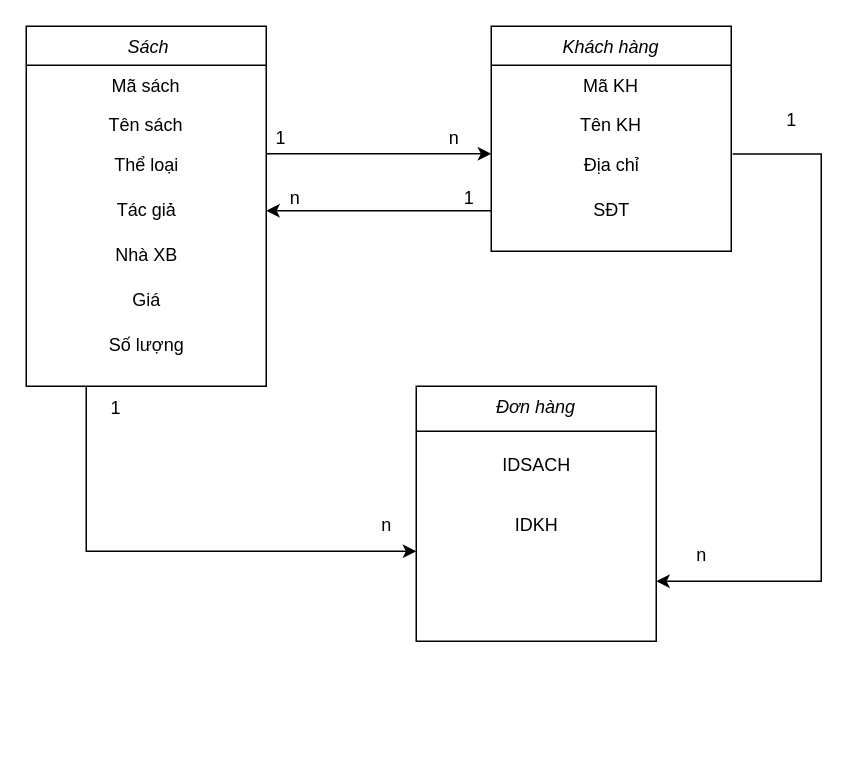
The draw.io diagram QLyNhaSach.drawio in ThanhDat2k4/Source_Code_CPlusPlus, before the edit. Source tidied: cells renumbered, new cells numbered last; positions are measured from the earlier drawing's top-left corner, leaving out a move shared by most shapes. Both pictures are drawn from the tidied source at 150%, with x=0, y=0 at pixel (26, 26).
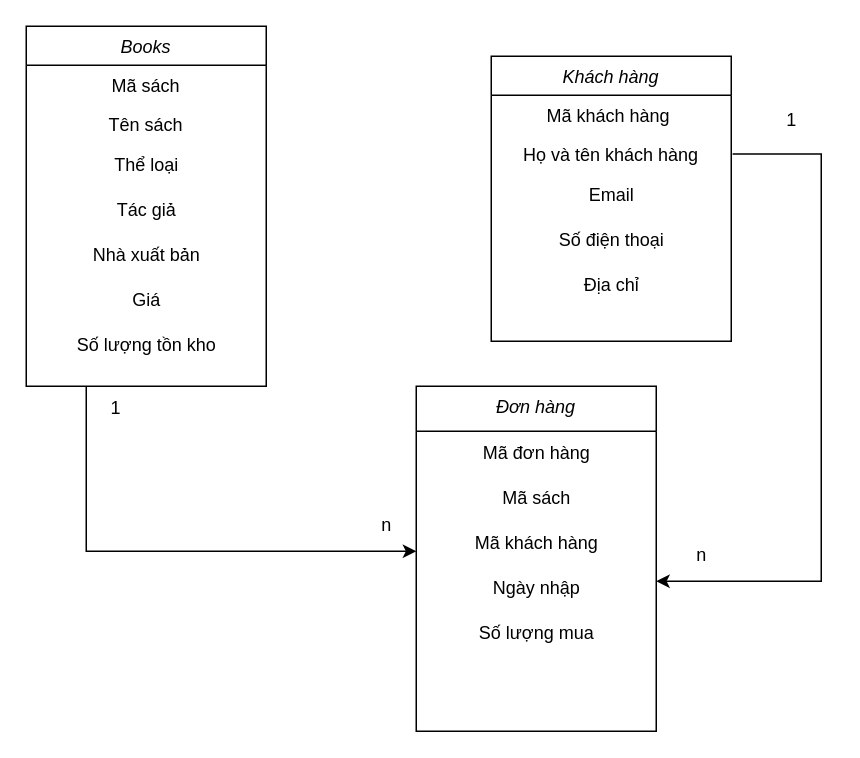
After the change.

Change to the diagram source:
```diff
@@
-    <mxCell id="2" style="edgeStyle=orthogonalEdgeStyle;rounded=0;jettySize=auto;html=1;" parent="1" edge="1" source="4" target="13">
-      <mxGeometry relative="1" as="geometry">
-        <Array as="points">
-          <mxPoint x="200" y="85" />
-          <mxPoint x="200" y="85" />
-        </Array>
-      </mxGeometry>
-    </mxCell>
@@
-    <mxCell id="4" value=" Sách" style="swimlane;fontStyle=2;align=center;verticalAlign=top;horizontal=1;startSize=26;rounded=0;shadow=0;strokeWidth=1;" parent="1" vertex="1">
+    <mxCell id="4" value="Books" style="swimlane;fontStyle=2;align=center;verticalAlign=top;horizontal=1;startSize=26;rounded=0;shadow=0;strokeWidth=1;" parent="1" vertex="1">
       <mxGeometry width="160" height="240" as="geometry" />
     </mxCell>
@@
-    <mxCell id="9" value="Nhà XB&lt;br&gt;" style="text;html=1;align=center;verticalAlign=middle;strokeColor=none;fillColor=none;" parent="4" vertex="1">
+    <mxCell id="9" value="Nhà xuất bản" style="text;html=1;align=center;verticalAlign=middle;strokeColor=none;fillColor=none;" parent="4" vertex="1">
       <mxGeometry y="138" width="160" height="30" as="geometry" />
     </mxCell>
@@
-    <mxCell id="11" value="Số lượng" style="text;html=1;align=center;verticalAlign=middle;strokeColor=none;fillColor=none;" parent="4" vertex="1">
+    <mxCell id="11" value="Số lượng tồn kho" style="text;html=1;align=center;verticalAlign=middle;strokeColor=none;fillColor=none;" parent="4" vertex="1">
       <mxGeometry y="198" width="160" height="30" as="geometry" />
     </mxCell>
@@
     <mxCell id="13" value="Khách hàng" style="swimlane;fontStyle=2;align=center;verticalAlign=top;horizontal=1;startSize=26;rounded=0;shadow=0;strokeWidth=1;" parent="1" vertex="1">
-      <mxGeometry x="310" width="160" height="150" as="geometry" />
+      <mxGeometry x="310" y="20" width="160" height="190" as="geometry" />
     </mxCell>
-    <mxCell id="14" value="Mã KH" style="text;align=center;verticalAlign=top;spacingLeft=4;spacingRight=4;overflow=hidden;" parent="13" vertex="1">
+    <mxCell id="14" value="Mã khách hàng " style="text;align=center;verticalAlign=top;spacingLeft=4;spacingRight=4;overflow=hidden;" parent="13" vertex="1">
       <mxGeometry y="26" width="160" height="26" as="geometry" />
     </mxCell>
-    <mxCell id="15" value="Tên KH" style="text;align=center;verticalAlign=top;spacingLeft=4;spacingRight=4;overflow=hidden;rounded=0;shadow=0;html=0;" parent="13" vertex="1">
+    <mxCell id="15" value="Họ và tên khách hàng" style="text;align=center;verticalAlign=top;spacingLeft=4;spacingRight=4;overflow=hidden;rounded=0;shadow=0;html=0;" parent="13" vertex="1">
       <mxGeometry y="52" width="160" height="26" as="geometry" />
     </mxCell>
+    <mxCell id="30" value="Email" style="text;html=1;align=center;verticalAlign=middle;strokeColor=none;fillColor=none;" parent="13" vertex="1">
+      <mxGeometry y="78" width="160" height="30" as="geometry" />
+    </mxCell>
+    <mxCell id="31" value="Số điện thoại" style="text;html=1;align=center;verticalAlign=middle;strokeColor=none;fillColor=none;" parent="13" vertex="1">
+      <mxGeometry y="108" width="160" height="30" as="geometry" />
+    </mxCell>
     <mxCell id="16" value="Địa chỉ" style="text;html=1;align=center;verticalAlign=middle;strokeColor=none;fillColor=none;" parent="13" vertex="1">
-      <mxGeometry y="78" width="160" height="30" as="geometry" />
+      <mxGeometry y="138" width="160" height="30" as="geometry" />
     </mxCell>
-    <mxCell id="17" value="SĐT" style="text;html=1;align=center;verticalAlign=middle;strokeColor=none;fillColor=none;" parent="13" vertex="1">
-      <mxGeometry y="108" width="160" height="30" as="geometry" />
-    </mxCell>
     <mxCell id="18" value="Đơn hàng" style="swimlane;fontStyle=2;align=center;verticalAlign=top;horizontal=1;startSize=30;rounded=0;shadow=0;strokeWidth=1;" parent="1" vertex="1">
-      <mxGeometry x="260" y="240" width="160" height="170" as="geometry" />
+      <mxGeometry x="260" y="240" width="160" height="230" as="geometry" />
     </mxCell>
-    <mxCell id="19" value="1" style="text;html=1;strokeColor=none;fillColor=none;align=center;verticalAlign=middle;whiteSpace=wrap;rounded=0;" parent="1" vertex="1">
-      <mxGeometry x="140" y="60" width="60" height="30" as="geometry" />
-    </mxCell>
-    <mxCell id="20" value="n" style="text;html=1;align=center;verticalAlign=middle;strokeColor=none;fillColor=none;" parent="1" vertex="1">
-      <mxGeometry x="270" y="60" width="30" height="30" as="geometry" />
-    </mxCell>
-    <mxCell id="21" style="endArrow=classic;html=1;rounded=0;" parent="1" edge="1">
-      <mxGeometry relative="1" as="geometry">
-        <mxPoint x="310" y="123" as="sourcePoint" />
-        <mxPoint x="160" y="123" as="targetPoint" />
-      </mxGeometry>
-    </mxCell>
-    <mxCell id="22" value="1" style="text;html=1;align=center;verticalAlign=middle;strokeColor=none;fillColor=none;" parent="1" vertex="1">
-      <mxGeometry x="280" y="100" width="30" height="30" as="geometry" />
-    </mxCell>
-    <mxCell id="23" value="n" style="text;html=1;align=center;verticalAlign=middle;strokeColor=none;fillColor=none;" parent="1" vertex="1">
-      <mxGeometry x="164" y="100" width="30" height="30" as="geometry" />
-    </mxCell>
+    <mxCell id="32" value="Mã đơn hàng" style="text;html=1;align=center;verticalAlign=middle;strokeColor=none;fillColor=none;" parent="18" vertex="1">
+      <mxGeometry y="30" width="160" height="30" as="geometry" />
+    </mxCell>
+    <mxCell id="28" value="Mã sách" style="text;html=1;align=center;verticalAlign=middle;strokeColor=none;fillColor=none;" parent="18" vertex="1">
+      <mxGeometry y="60" width="160" height="30" as="geometry" />
+    </mxCell>
+    <mxCell id="29" value="Mã khách hàng" style="text;html=1;align=center;verticalAlign=middle;strokeColor=none;fillColor=none;" parent="18" vertex="1">
+      <mxGeometry y="90" width="160" height="30" as="geometry" />
+    </mxCell>
+    <mxCell id="33" value="Ngày nhập" style="text;html=1;align=center;verticalAlign=middle;strokeColor=none;fillColor=none;" parent="18" vertex="1">
+      <mxGeometry y="120" width="160" height="30" as="geometry" />
+    </mxCell>
+    <mxCell id="34" value="Số lượng mua" style="text;html=1;align=center;verticalAlign=middle;strokeColor=none;fillColor=none;" parent="18" vertex="1">
+      <mxGeometry y="150" width="160" height="30" as="geometry" />
+    </mxCell>
@@
-    <mxCell id="28" value="IDSACH" style="text;html=1;align=center;verticalAlign=middle;strokeColor=none;fillColor=none;" parent="1" vertex="1">
-      <mxGeometry x="305" y="278" width="70" height="30" as="geometry" />
-    </mxCell>
-    <mxCell id="29" value="IDKH" style="text;html=1;align=center;verticalAlign=middle;strokeColor=none;fillColor=none;" parent="1" vertex="1">
-      <mxGeometry x="315" y="318" width="50" height="30" as="geometry" />
-    </mxCell>
```
